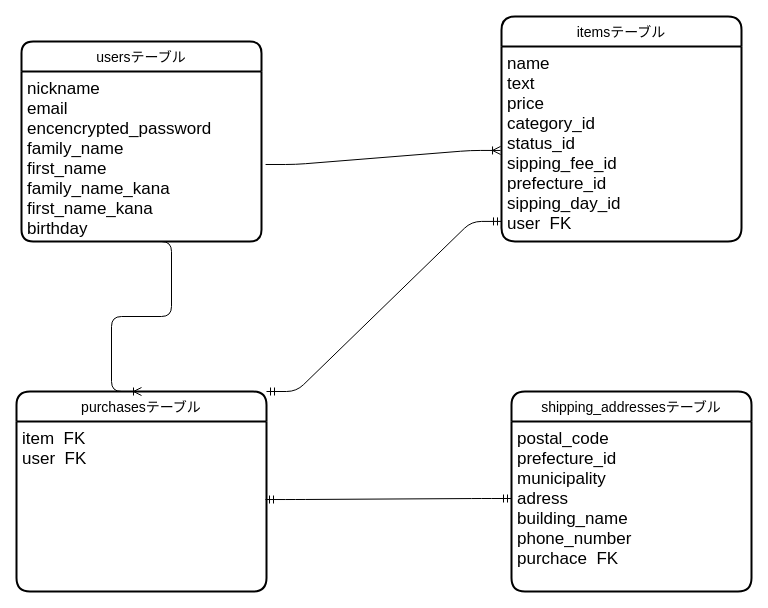
This is .dio from kakeru-takakusaki/furima-34512, a draw.io file, before an edit. Source tidied: cells renumbered, new cells numbered last; positions are measured from the earlier drawing's top-left corner, leaving out a move shared by most shapes. Both pictures are drawn from the tidied source at 100%, with x=0, y=0 at pixel (16, 16).
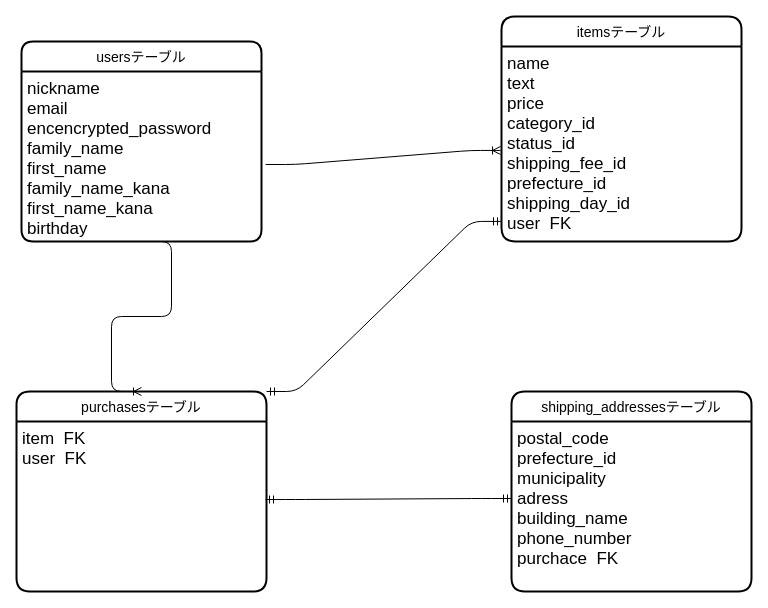
After the change.

The edit, as a diff of the source:
```diff
@@
 <mxGraphModel>
   <root>
     <mxCell id="0" />
     <mxCell id="1" parent="0" />
     <mxCell id="2" value="usersテーブル" style="swimlane;horizontal=1;startSize=30;rounded=1;fontSize=14;fontStyle=0;strokeWidth=2;shadow=0;dashed=0;align=center;arcSize=13;" parent="1" vertex="1">
       <mxGeometry x="5" y="25" width="240" height="200" as="geometry" />
     </mxCell>
     <mxCell id="3" value="nickname&#10;email&#10;encencrypted_password&#10;family_name&#10;first_name&#10;family_name_kana&#10;first_name_kana&#10;birthday" style="align=left;strokeColor=none;fillColor=none;spacingLeft=4;fontSize=17;verticalAlign=top;" parent="2" vertex="1">
       <mxGeometry y="30" width="240" height="170" as="geometry" />
     </mxCell>
     <mxCell id="4" value="itemsテーブル" style="swimlane;horizontal=1;startSize=30;rounded=1;fontSize=14;fontStyle=0;strokeWidth=2;shadow=0;dashed=0;align=center;" parent="1" vertex="1">
       <mxGeometry x="485" width="240" height="225" as="geometry" />
     </mxCell>
-    <mxCell id="5" value="name&#10;text&#10;price&#10;category_id&#10;status_id&#10;sipping_fee_id&#10;prefecture_id&#10;sipping_day_id&#10;user  FK" style="align=left;strokeColor=none;fillColor=none;spacingLeft=4;fontSize=17;verticalAlign=top;" parent="4" vertex="1">
+    <mxCell id="5" value="name&#10;text&#10;price&#10;category_id&#10;status_id&#10;shipping_fee_id&#10;prefecture_id&#10;shipping_day_id&#10;user  FK" style="align=left;strokeColor=none;fillColor=none;spacingLeft=4;fontSize=17;verticalAlign=top;" parent="4" vertex="1">
       <mxGeometry y="30" width="240" height="195" as="geometry" />
     </mxCell>
     <mxCell id="6" value="shipping_addressesテーブル" style="swimlane;horizontal=1;startSize=30;rounded=1;fontSize=14;fontStyle=0;strokeWidth=2;shadow=0;dashed=0;align=center;" parent="1" vertex="1">
       <mxGeometry x="495" y="375" width="240" height="200" as="geometry" />
     </mxCell>
     <mxCell id="7" value="postal_code&#10;prefecture_id&#10;municipality&#10;adress&#10;building_name&#10;phone_number&#10;purchace  FK" style="align=left;strokeColor=none;fillColor=none;spacingLeft=4;fontSize=17;verticalAlign=top;" parent="6" vertex="1">
       <mxGeometry y="30" width="240" height="170" as="geometry" />
     </mxCell>
     <mxCell id="8" value="purchasesテーブル" style="swimlane;horizontal=1;startSize=30;rounded=1;fontSize=14;fontStyle=0;strokeWidth=2;shadow=0;dashed=0;align=center;" parent="1" vertex="1">
       <mxGeometry y="375" width="250" height="200" as="geometry" />
     </mxCell>
     <mxCell id="9" value="item  FK&#10;user  FK" style="align=left;strokeColor=none;fillColor=none;spacingLeft=4;fontSize=17;verticalAlign=top;" parent="8" vertex="1">
       <mxGeometry y="30" width="250" height="170" as="geometry" />
     </mxCell>
     <mxCell id="10" style="edgeStyle=entityRelationEdgeStyle;fontSize=17;html=1;endArrow=ERoneToMany;exitX=1.017;exitY=0.547;exitDx=0;exitDy=0;exitPerimeter=0;entryX=-0.004;entryY=0.533;entryDx=0;entryDy=0;entryPerimeter=0;" parent="1" edge="1" source="3" target="5">
       <mxGeometry relative="1" as="geometry" />
     </mxCell>
     <mxCell id="11" style="edgeStyle=entityRelationEdgeStyle;fontSize=12;html=1;endArrow=ERoneToMany;exitX=0.5;exitY=1;exitDx=0;exitDy=0;entryX=0.5;entryY=0;entryDx=0;entryDy=0;" parent="1" edge="1" source="3" target="8">
       <mxGeometry relative="1" as="geometry" />
     </mxCell>
     <mxCell id="12" style="edgeStyle=entityRelationEdgeStyle;fontSize=12;html=1;endArrow=ERmandOne;startArrow=ERmandOne;exitX=1;exitY=0;exitDx=0;exitDy=0;entryX=0;entryY=0.897;entryDx=0;entryDy=0;entryPerimeter=0;" parent="1" edge="1" source="8" target="5">
       <mxGeometry relative="1" as="geometry" />
     </mxCell>
     <mxCell id="13" style="edgeStyle=entityRelationEdgeStyle;fontSize=12;html=1;endArrow=ERmandOne;startArrow=ERmandOne;exitX=0.996;exitY=0.459;exitDx=0;exitDy=0;exitPerimeter=0;" parent="1" edge="1" source="9">
       <mxGeometry relative="1" as="geometry">
         <mxPoint x="495" y="482" as="targetPoint" />
       </mxGeometry>
     </mxCell>
   </root>
 </mxGraphModel>
```
